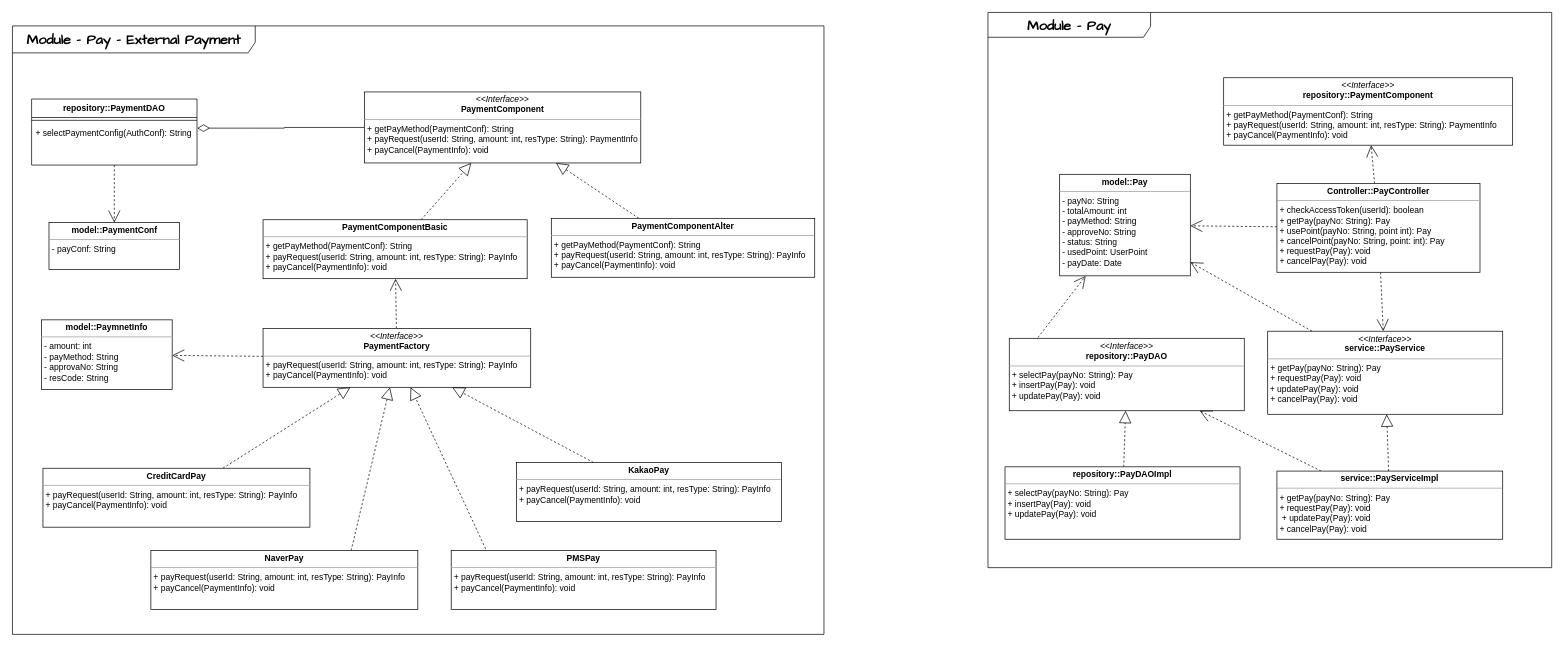
coldmu/aa_exam keeps this draw.io diagram as Module/Pay.drawio. Above is the earlier version. Source tidied: cells renumbered, new cells numbered last; positions are measured from the earlier drawing's top-left corner, leaving out a move shared by most shapes. Both pictures are drawn from the tidied source at 71%, with x=0, y=0 at pixel (12, 12).
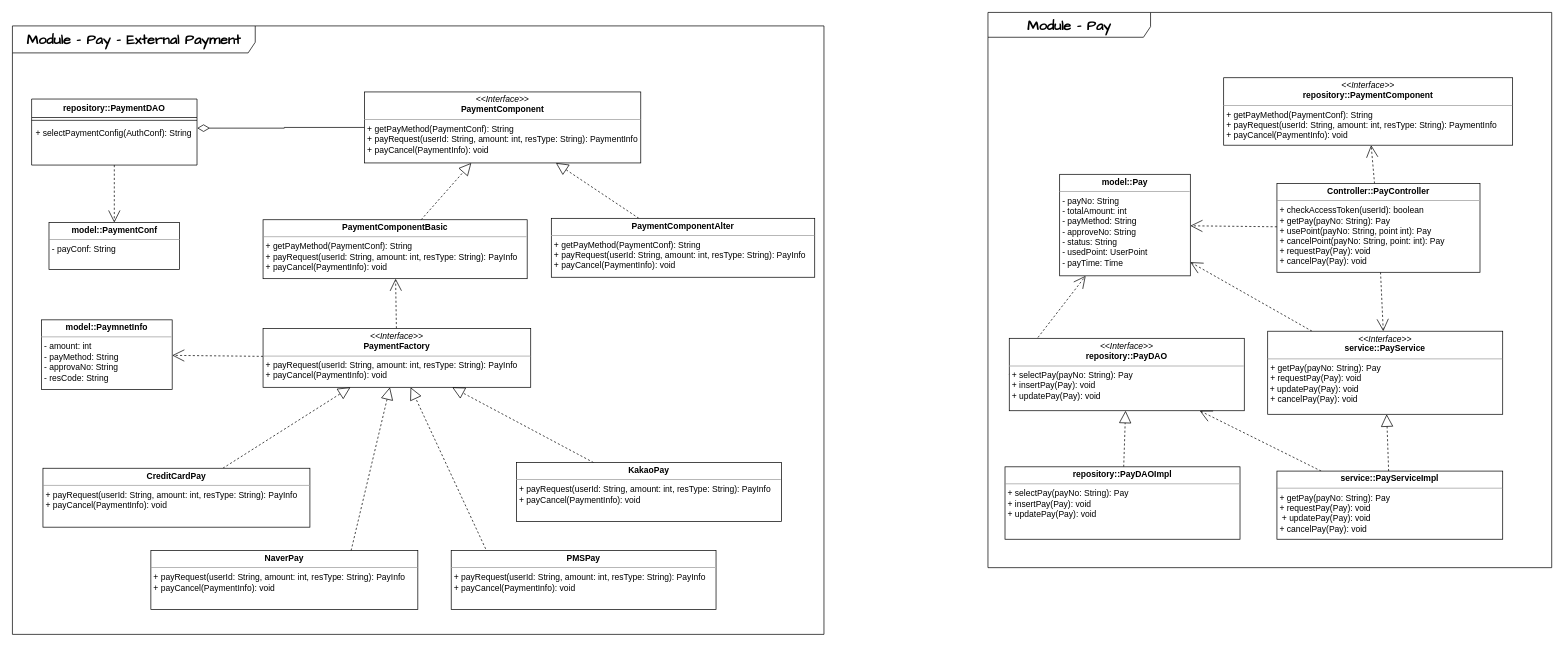
The same diagram, later.

What changed in the source:
```diff
@@
-    <mxCell id="36" value="&lt;p style=&quot;margin:0px;margin-top:4px;text-align:center;&quot;&gt;&lt;b style=&quot;background-color: initial;&quot;&gt;model::Pay&lt;/b&gt;&lt;/p&gt;&lt;p style=&quot;margin:0px;margin-top:4px;text-align:center;&quot;&gt;&lt;/p&gt;&lt;hr size=&quot;1&quot;&gt;&lt;p style=&quot;margin:0px;margin-left:4px;&quot;&gt;- payNo: String&lt;/p&gt;&lt;p style=&quot;margin:0px;margin-left:4px;&quot;&gt;- totalAmount: int&lt;/p&gt;&lt;p style=&quot;margin:0px;margin-left:4px;&quot;&gt;- payMethod: String&lt;/p&gt;&lt;p style=&quot;margin:0px;margin-left:4px;&quot;&gt;- approveNo: String&lt;/p&gt;&lt;p style=&quot;margin:0px;margin-left:4px;&quot;&gt;- status: String&lt;/p&gt;&lt;p style=&quot;margin:0px;margin-left:4px;&quot;&gt;- usedPoint: UserPoint&lt;/p&gt;&lt;p style=&quot;margin:0px;margin-left:4px;&quot;&gt;- payDate: Date&lt;/p&gt;" style="verticalAlign=top;align=left;overflow=fill;fontSize=12;fontFamily=Helvetica;html=1;whiteSpace=wrap;" parent="1" vertex="1">
+    <mxCell id="36" value="&lt;p style=&quot;margin:0px;margin-top:4px;text-align:center;&quot;&gt;&lt;b style=&quot;background-color: initial;&quot;&gt;model::Pay&lt;/b&gt;&lt;/p&gt;&lt;p style=&quot;margin:0px;margin-top:4px;text-align:center;&quot;&gt;&lt;/p&gt;&lt;hr size=&quot;1&quot;&gt;&lt;p style=&quot;margin:0px;margin-left:4px;&quot;&gt;- payNo: String&lt;/p&gt;&lt;p style=&quot;margin:0px;margin-left:4px;&quot;&gt;- totalAmount: int&lt;/p&gt;&lt;p style=&quot;margin:0px;margin-left:4px;&quot;&gt;- payMethod: String&lt;/p&gt;&lt;p style=&quot;margin:0px;margin-left:4px;&quot;&gt;- approveNo: String&lt;/p&gt;&lt;p style=&quot;margin:0px;margin-left:4px;&quot;&gt;- status: String&lt;/p&gt;&lt;p style=&quot;margin:0px;margin-left:4px;&quot;&gt;- usedPoint: UserPoint&lt;/p&gt;&lt;p style=&quot;margin:0px;margin-left:4px;&quot;&gt;- payTime: Time&lt;/p&gt;" style="verticalAlign=top;align=left;overflow=fill;fontSize=12;fontFamily=Helvetica;html=1;whiteSpace=wrap;" parent="1" vertex="1">
       <mxGeometry x="1475" y="228" width="184" height="143" as="geometry" />
     </mxCell>
```
